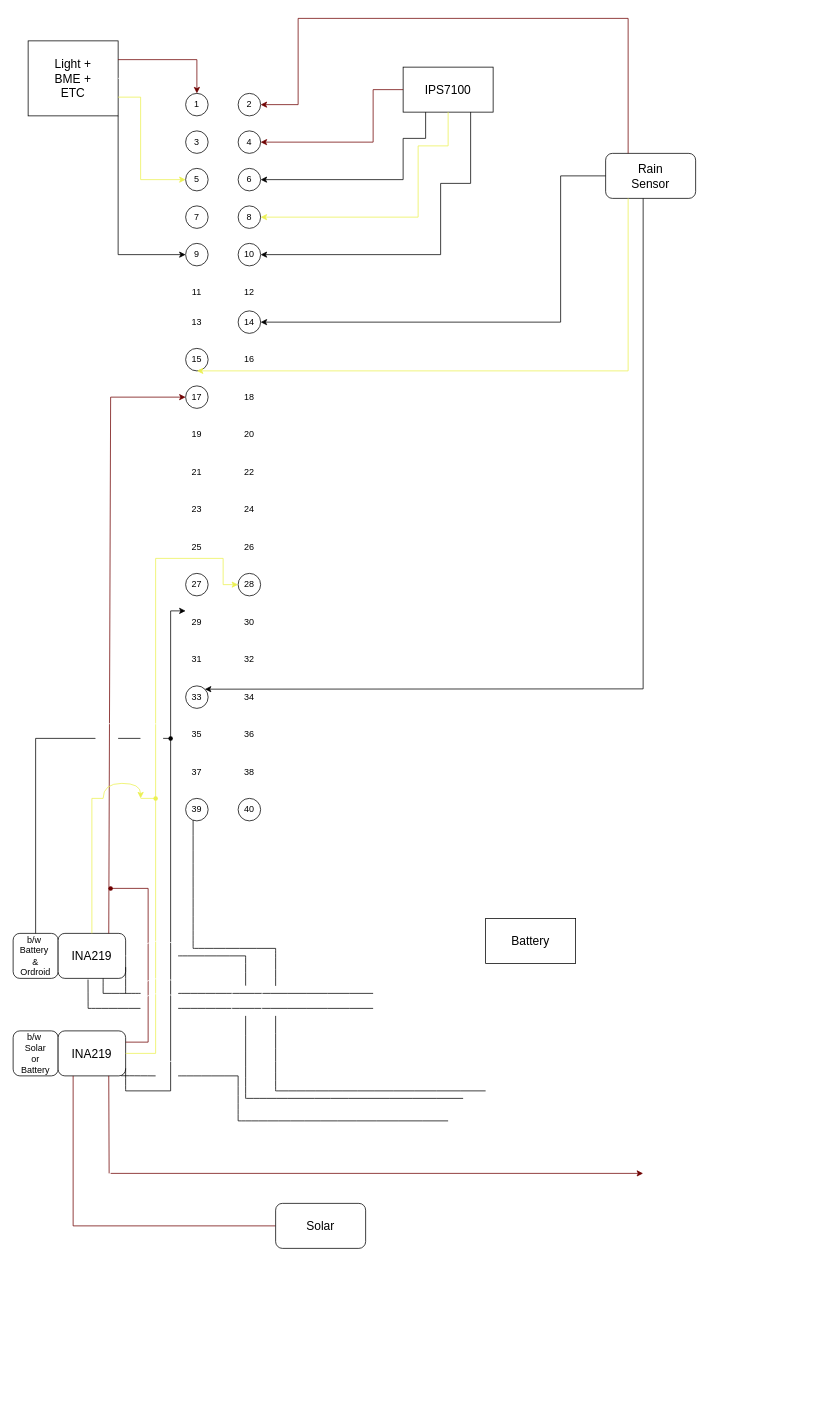
Before: linux/MINTS-SoloNode-Schematic.drawio in VA-24/instructables, a draw.io diagram. Source tidied: cells renumbered, new cells numbered last; positions are measured from the earlier drawing's top-left corner, leaving out a move shared by most shapes. Both pictures are drawn from the tidied source at 75%, with x=0, y=0 at pixel (13, 18).
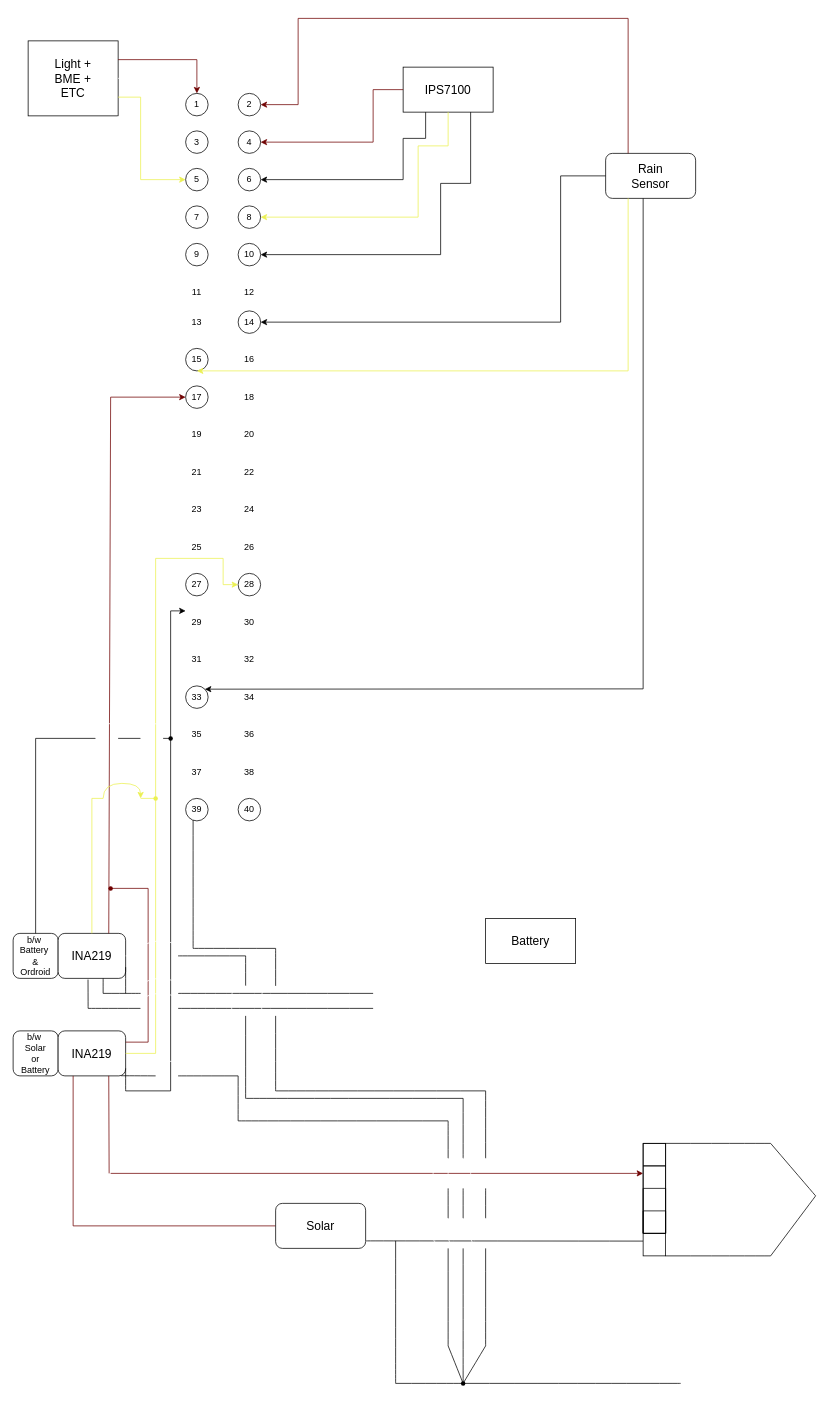
The same page after the edit.

The change refers to these unchanged cells:
```xml
<mxCell id="2" style="rounded=0;whiteSpace=wrap;html=1;" parent="1" vertex="1">
  <mxGeometry x="20" y="30" width="120" height="100" as="geometry" />
</mxCell>
<mxCell id="11" style="ellipse;whiteSpace=wrap;html=1;" parent="1" vertex="1">
  <mxGeometry x="230" y="300" width="30" height="30" as="geometry" />
</mxCell>
```

Change to the diagram source:
```diff
@@
-    <mxCell id="7" style="endArrow=classic;html=1;rounded=0;exitX=1;exitY=1;exitDx=0;exitDy=0;entryX=0;entryY=0.5;entryDx=0;entryDy=0;fillColor=#1ba1e2;strokeColor=#000000;" parent="1" edge="1" source="2" target="11">
+    <mxCell id="7" style="endArrow=classic;html=1;rounded=0;exitX=1;exitY=1;exitDx=0;exitDy=0;entryX=0;entryY=0.5;entryDx=0;entryDy=0;fillColor=#1ba1e2;strokeColor=#FFFFFF;" parent="1" edge="1" source="2" target="11">
       <mxGeometry relative="1" as="geometry">
         <Array as="points">
           <mxPoint x="140" y="315" />
         </Array>
       </mxGeometry>
     </mxCell>
@@
+    <mxCell id="135" style="endArrow=none;html=1;rounded=0;fontSize=12;startSize=8;endSize=8;curved=1;" parent="1" edge="1">
+      <mxGeometry relative="1" as="geometry">
+        <mxPoint x="630" y="1430" as="sourcePoint" />
+        <mxPoint x="630" y="1520" as="targetPoint" />
+      </mxGeometry>
+    </mxCell>
+    <mxCell id="136" style="endArrow=none;html=1;rounded=0;fontSize=12;startSize=8;endSize=8;curved=1;exitX=1.007;exitY=0.662;exitDx=0;exitDy=0;exitPerimeter=0;" parent="1" edge="1">
+      <mxGeometry relative="1" as="geometry">
+        <mxPoint x="470.8" y="1630" as="sourcePoint" />
+        <mxPoint x="840" y="1630.3" as="targetPoint" />
+      </mxGeometry>
+    </mxCell>
+    <mxCell id="137" style="endArrow=none;html=1;rounded=0;fontSize=12;startSize=8;endSize=8;curved=1;" parent="1" edge="1">
+      <mxGeometry relative="1" as="geometry">
+        <mxPoint x="580" y="1470" as="sourcePoint" />
+        <mxPoint x="580" y="1520" as="targetPoint" />
+      </mxGeometry>
+    </mxCell>
+    <mxCell id="138" style="endArrow=none;html=1;rounded=0;fontSize=12;startSize=8;endSize=8;curved=1;" parent="1" edge="1">
+      <mxGeometry relative="1" as="geometry">
+        <mxPoint x="600" y="1520" as="sourcePoint" />
+        <mxPoint x="600" y="1440" as="targetPoint" />
+      </mxGeometry>
+    </mxCell>
+    <mxCell id="139" style="curved=1;endArrow=classic;html=1;rounded=0;strokeColor=#FFFFFF;fillColor=#1ba1e2;" parent="1" edge="1">
+      <mxGeometry relative="1" as="geometry">
+        <mxPoint x="580" y="1520" as="sourcePoint" />
+        <mxPoint x="580" y="1560" as="targetPoint" />
+        <Array as="points">
+          <mxPoint x="560" y="1520" />
+          <mxPoint x="560" y="1560" />
+        </Array>
+      </mxGeometry>
+    </mxCell>
+    <mxCell id="140" style="curved=1;endArrow=classic;html=1;rounded=0;strokeColor=#FFFFFF;fillColor=#1ba1e2;" parent="1" edge="1">
+      <mxGeometry relative="1" as="geometry">
+        <mxPoint x="600" y="1520" as="sourcePoint" />
+        <mxPoint x="600" y="1560" as="targetPoint" />
+        <Array as="points">
+          <mxPoint x="580" y="1520" />
+          <mxPoint x="580" y="1560" />
+        </Array>
+      </mxGeometry>
+    </mxCell>
+    <mxCell id="141" style="curved=1;endArrow=classic;html=1;rounded=0;strokeColor=#FFFFFF;fillColor=#1ba1e2;" parent="1" edge="1">
+      <mxGeometry relative="1" as="geometry">
+        <mxPoint x="630" y="1520" as="sourcePoint" />
+        <mxPoint x="630" y="1560" as="targetPoint" />
+        <Array as="points">
+          <mxPoint x="610" y="1520" />
+          <mxPoint x="610" y="1560" />
+        </Array>
+      </mxGeometry>
+    </mxCell>
+    <mxCell id="142" style="rounded=0;whiteSpace=wrap;html=1;fontSize=16;" parent="1" vertex="1">
+      <mxGeometry x="840" y="1500" width="30" height="150" as="geometry" />
+    </mxCell>
+    <mxCell id="143" style="swimlane;startSize=0;fontSize=16;" parent="1" vertex="1">
+      <mxGeometry x="840" y="1500" width="30" height="30" as="geometry" />
+    </mxCell>
+    <mxCell id="144" style="swimlane;startSize=0;fontSize=16;" parent="1" vertex="1">
+      <mxGeometry x="840" y="1530" width="30" height="90" as="geometry" />
+    </mxCell>
+    <mxCell id="145" style="swimlane;startSize=0;fontSize=16;" parent="144" vertex="1">
+      <mxGeometry y="30" width="30" height="60" as="geometry" />
+    </mxCell>
+    <mxCell id="146" style="swimlane;startSize=0;fontSize=16;" parent="145" vertex="1">
+      <mxGeometry y="30" width="30" height="30" as="geometry" />
+    </mxCell>
+    <mxCell id="147" style="endArrow=none;html=1;rounded=0;fontSize=12;startSize=8;endSize=8;curved=1;" parent="1" edge="1">
+      <mxGeometry relative="1" as="geometry">
+        <mxPoint x="1010" y="1500" as="sourcePoint" />
+        <mxPoint x="870" y="1500" as="targetPoint" />
+      </mxGeometry>
+    </mxCell>
+    <mxCell id="148" style="endArrow=none;html=1;rounded=0;fontSize=12;startSize=8;endSize=8;curved=1;" parent="1" edge="1">
+      <mxGeometry relative="1" as="geometry">
+        <mxPoint x="1010" y="1650" as="sourcePoint" />
+        <mxPoint x="870" y="1650" as="targetPoint" />
+      </mxGeometry>
+    </mxCell>
+    <mxCell id="149" style="endArrow=none;html=1;rounded=0;fontSize=12;startSize=8;endSize=8;curved=1;" parent="1" edge="1">
+      <mxGeometry relative="1" as="geometry">
+        <mxPoint x="1070" y="1570" as="sourcePoint" />
+        <mxPoint x="1010" y="1500" as="targetPoint" />
+      </mxGeometry>
+    </mxCell>
+    <mxCell id="150" style="endArrow=none;html=1;rounded=0;fontSize=12;startSize=8;endSize=8;curved=1;" parent="1" edge="1">
+      <mxGeometry relative="1" as="geometry">
+        <mxPoint x="1070" y="1570" as="sourcePoint" />
+        <mxPoint x="1010" y="1650" as="targetPoint" />
+      </mxGeometry>
+    </mxCell>
+    <mxCell id="151" style="endArrow=none;html=1;rounded=0;fontSize=12;startSize=8;endSize=8;curved=1;" parent="1" edge="1">
+      <mxGeometry relative="1" as="geometry">
+        <mxPoint x="580" y="1560" as="sourcePoint" />
+        <mxPoint x="580" y="1600" as="targetPoint" />
+      </mxGeometry>
+    </mxCell>
+    <mxCell id="152" style="endArrow=none;html=1;rounded=0;fontSize=12;startSize=8;endSize=8;curved=1;" parent="1" edge="1">
+      <mxGeometry relative="1" as="geometry">
+        <mxPoint x="600" y="1560" as="sourcePoint" />
+        <mxPoint x="600" y="1600" as="targetPoint" />
+      </mxGeometry>
+    </mxCell>
+    <mxCell id="153" style="endArrow=none;html=1;rounded=0;fontSize=12;startSize=8;endSize=8;curved=1;" parent="1" edge="1">
+      <mxGeometry relative="1" as="geometry">
+        <mxPoint x="630" y="1560" as="sourcePoint" />
+        <mxPoint x="630" y="1600" as="targetPoint" />
+      </mxGeometry>
+    </mxCell>
+    <mxCell id="154" style="curved=1;endArrow=classic;html=1;rounded=0;strokeColor=#FFFFFF;fillColor=#1ba1e2;" parent="1" edge="1">
+      <mxGeometry relative="1" as="geometry">
+        <mxPoint x="580" y="1600" as="sourcePoint" />
+        <mxPoint x="580" y="1640" as="targetPoint" />
+        <Array as="points">
+          <mxPoint x="560" y="1600" />
+          <mxPoint x="560" y="1640" />
+        </Array>
+      </mxGeometry>
+    </mxCell>
+    <mxCell id="155" style="curved=1;endArrow=classic;html=1;rounded=0;strokeColor=#FFFFFF;fillColor=#1ba1e2;" parent="1" edge="1">
+      <mxGeometry relative="1" as="geometry">
+        <mxPoint x="600" y="1600" as="sourcePoint" />
+        <mxPoint x="600" y="1640" as="targetPoint" />
+        <Array as="points">
+          <mxPoint x="580" y="1600" />
+          <mxPoint x="580" y="1640" />
+        </Array>
+      </mxGeometry>
+    </mxCell>
+    <mxCell id="156" style="curved=1;endArrow=classic;html=1;rounded=0;strokeColor=#FFFFFF;fillColor=#1ba1e2;" parent="1" edge="1">
+      <mxGeometry relative="1" as="geometry">
+        <mxPoint x="630" y="1600" as="sourcePoint" />
+        <mxPoint x="630" y="1640" as="targetPoint" />
+        <Array as="points">
+          <mxPoint x="610" y="1600" />
+          <mxPoint x="610" y="1640" />
+        </Array>
+      </mxGeometry>
+    </mxCell>
+    <mxCell id="157" style="endArrow=none;html=1;rounded=0;fontSize=12;startSize=8;endSize=8;curved=1;" parent="1" edge="1">
+      <mxGeometry relative="1" as="geometry">
+        <mxPoint x="510" y="1820" as="sourcePoint" />
+        <mxPoint x="510" y="1630" as="targetPoint" />
+      </mxGeometry>
+    </mxCell>
+    <mxCell id="158" style="endArrow=none;html=1;rounded=0;fontSize=12;startSize=8;endSize=8;curved=1;" parent="1" edge="1" source="165">
+      <mxGeometry relative="1" as="geometry">
+        <mxPoint x="510" y="1820" as="targetPoint" />
+      </mxGeometry>
+    </mxCell>
+    <mxCell id="159" style="endArrow=none;html=1;rounded=0;fontSize=12;startSize=8;endSize=8;curved=1;" parent="1" edge="1">
+      <mxGeometry relative="1" as="geometry">
+        <mxPoint x="580" y="1770" as="sourcePoint" />
+        <mxPoint x="580" y="1640" as="targetPoint" />
+      </mxGeometry>
+    </mxCell>
+    <mxCell id="160" style="endArrow=none;html=1;rounded=0;fontSize=12;startSize=8;endSize=8;curved=1;" parent="1" edge="1">
+      <mxGeometry relative="1" as="geometry">
+        <mxPoint x="600" y="1820" as="sourcePoint" />
+        <mxPoint x="600" y="1640" as="targetPoint" />
+      </mxGeometry>
+    </mxCell>
+    <mxCell id="161" style="endArrow=none;html=1;rounded=0;fontSize=12;startSize=8;endSize=8;curved=1;" parent="1" edge="1">
+      <mxGeometry relative="1" as="geometry">
+        <mxPoint x="630" y="1770" as="sourcePoint" />
+        <mxPoint x="630" y="1640" as="targetPoint" />
+      </mxGeometry>
+    </mxCell>
+    <mxCell id="162" style="endArrow=none;html=1;rounded=0;fontSize=12;startSize=8;endSize=8;curved=1;" parent="1" edge="1">
+      <mxGeometry relative="1" as="geometry">
+        <mxPoint x="600" y="1820" as="sourcePoint" />
+        <mxPoint x="580" y="1770" as="targetPoint" />
+      </mxGeometry>
+    </mxCell>
+    <mxCell id="163" style="endArrow=none;html=1;rounded=0;fontSize=12;startSize=8;endSize=8;curved=1;" parent="1" edge="1">
+      <mxGeometry relative="1" as="geometry">
+        <mxPoint x="600" y="1820" as="sourcePoint" />
+        <mxPoint x="630" y="1770" as="targetPoint" />
+      </mxGeometry>
+    </mxCell>
+    <mxCell id="164" style="endArrow=none;html=1;rounded=0;fontSize=12;startSize=8;endSize=8;curved=1;" parent="1" edge="1" target="165">
+      <mxGeometry relative="1" as="geometry">
+        <mxPoint x="890" y="1820" as="sourcePoint" />
+      </mxGeometry>
+    </mxCell>
+    <mxCell id="165" style="shape=waypoint;sketch=0;fillStyle=solid;size=6;points=[];fillColor=none;perimeter=centerPerimeter;snapToPoint=1;fontSize=16;" parent="1" vertex="1">
+      <mxGeometry x="590" y="1810" width="20" height="20" as="geometry" />
+    </mxCell>
```
